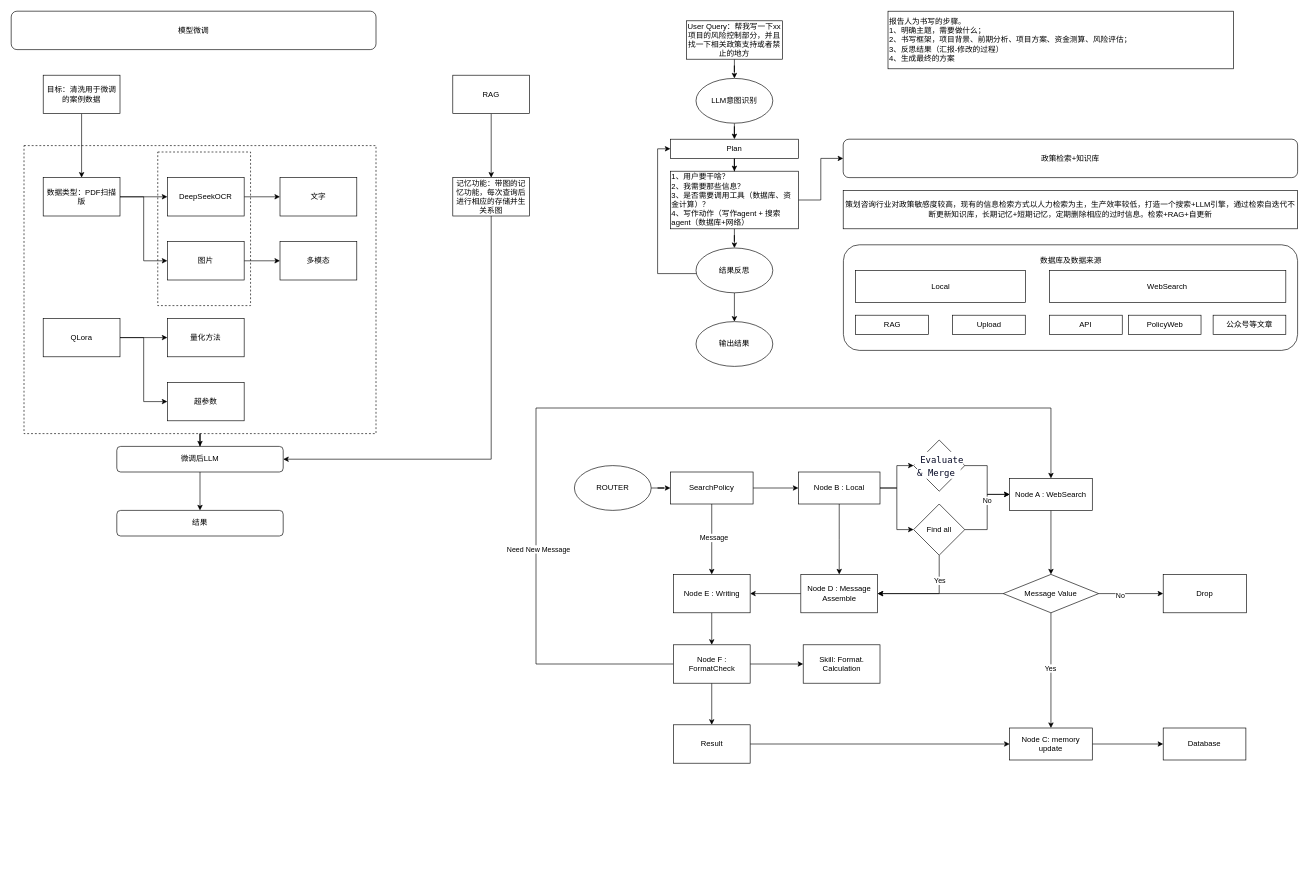
Before: Project/QloraDataHandle.drawio in CarmeloChou/APX-LLM-Notebook, a draw.io diagram. Source tidied: cells renumbered, new cells numbered last; positions are measured from the earlier drawing's top-left corner, leaving out a move shared by most shapes. Both pictures are drawn from the tidied source at 64%, with x=0, y=0 at pixel (11, 11).
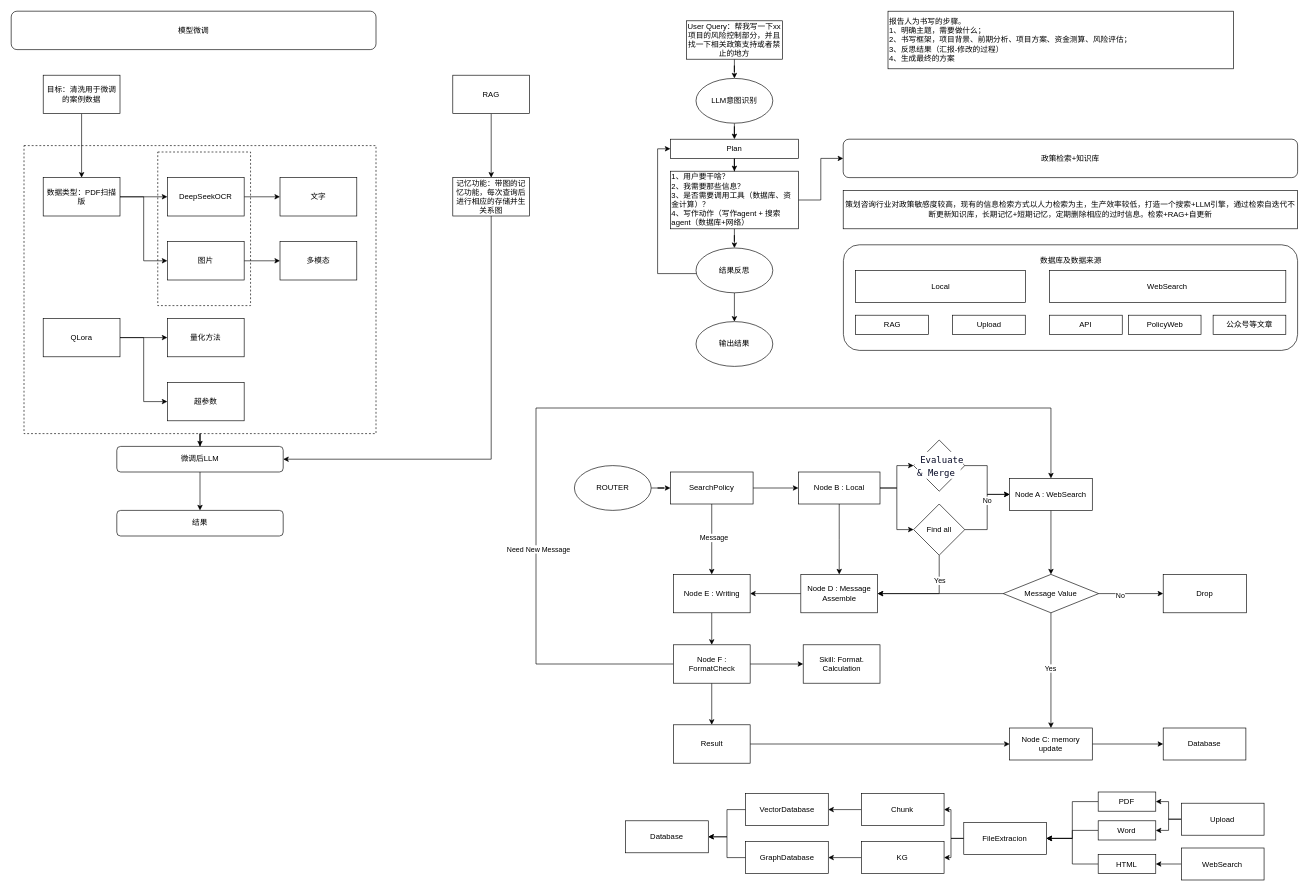
After the change.

Commit message:
完善项目框架

The edit, as a diff of the source:
```diff
@@
+    <mxCell id="97" value="Database" style="rounded=0;whiteSpace=wrap;html=1;labelBackgroundColor=none;" parent="1" vertex="1">
+      <mxGeometry x="960" y="1265" width="129.2" height="50" as="geometry" />
+    </mxCell>
+    <mxCell id="98" style="edgeStyle=orthogonalEdgeStyle;rounded=0;jettySize=auto;html=1;entryX=1;entryY=0.5;entryDx=0;entryDy=0;" parent="1" edge="1" source="99" target="97">
+      <mxGeometry relative="1" as="geometry" />
+    </mxCell>
+    <mxCell id="99" value="VectorDatabase" style="rounded=0;whiteSpace=wrap;html=1;labelBackgroundColor=none;" parent="1" vertex="1">
+      <mxGeometry x="1147.5" y="1222.5" width="129.2" height="50" as="geometry" />
+    </mxCell>
+    <mxCell id="100" style="edgeStyle=orthogonalEdgeStyle;rounded=0;jettySize=auto;html=1;" parent="1" edge="1" source="101" target="97">
+      <mxGeometry relative="1" as="geometry" />
+    </mxCell>
+    <mxCell id="101" value="GraphDatabase" style="rounded=0;whiteSpace=wrap;html=1;labelBackgroundColor=none;" parent="1" vertex="1">
+      <mxGeometry x="1147.5" y="1297.5" width="129.2" height="50" as="geometry" />
+    </mxCell>
+    <mxCell id="102" style="edgeStyle=orthogonalEdgeStyle;rounded=0;jettySize=auto;html=1;" parent="1" edge="1" source="104" target="117">
+      <mxGeometry relative="1" as="geometry" />
+    </mxCell>
+    <mxCell id="103" style="edgeStyle=orthogonalEdgeStyle;rounded=0;jettySize=auto;html=1;entryX=1;entryY=0.5;entryDx=0;entryDy=0;" parent="1" edge="1" source="104" target="119">
+      <mxGeometry relative="1" as="geometry" />
+    </mxCell>
+    <mxCell id="104" value="FileExtracion" style="rounded=0;whiteSpace=wrap;html=1;labelBackgroundColor=none;" parent="1" vertex="1">
+      <mxGeometry x="1488.4" y="1267.5" width="129.2" height="50" as="geometry" />
+    </mxCell>
+    <mxCell id="105" style="edgeStyle=orthogonalEdgeStyle;rounded=0;jettySize=auto;html=1;entryX=1;entryY=0.5;entryDx=0;entryDy=0;" parent="1" edge="1" source="106" target="104">
+      <mxGeometry relative="1" as="geometry" />
+    </mxCell>
+    <mxCell id="106" value="PDF" style="rounded=0;whiteSpace=wrap;html=1;labelBackgroundColor=none;" parent="1" vertex="1">
+      <mxGeometry x="1698.4" y="1220" width="90" height="30" as="geometry" />
+    </mxCell>
+    <mxCell id="107" style="edgeStyle=orthogonalEdgeStyle;rounded=0;jettySize=auto;html=1;" parent="1" edge="1" source="108" target="104">
+      <mxGeometry relative="1" as="geometry" />
+    </mxCell>
+    <mxCell id="108" value="HTML" style="rounded=0;whiteSpace=wrap;html=1;labelBackgroundColor=none;" parent="1" vertex="1">
+      <mxGeometry x="1698.4" y="1317.5" width="90" height="30" as="geometry" />
+    </mxCell>
+    <mxCell id="109" style="edgeStyle=orthogonalEdgeStyle;rounded=0;jettySize=auto;html=1;" parent="1" edge="1" source="110" target="104">
+      <mxGeometry relative="1" as="geometry" />
+    </mxCell>
+    <mxCell id="110" value="Word" style="rounded=0;whiteSpace=wrap;html=1;labelBackgroundColor=none;" parent="1" vertex="1">
+      <mxGeometry x="1698.4" y="1265" width="90" height="30" as="geometry" />
+    </mxCell>
+    <mxCell id="111" style="edgeStyle=orthogonalEdgeStyle;rounded=0;jettySize=auto;html=1;" parent="1" edge="1" source="113" target="106">
+      <mxGeometry relative="1" as="geometry" />
+    </mxCell>
+    <mxCell id="112" style="edgeStyle=orthogonalEdgeStyle;rounded=0;jettySize=auto;html=1;entryX=1;entryY=0.5;entryDx=0;entryDy=0;" parent="1" edge="1" source="113" target="110">
+      <mxGeometry relative="1" as="geometry" />
+    </mxCell>
+    <mxCell id="113" value="Upload" style="rounded=0;whiteSpace=wrap;html=1;labelBackgroundColor=none;" parent="1" vertex="1">
+      <mxGeometry x="1828.4" y="1237.5" width="129.2" height="50" as="geometry" />
+    </mxCell>
+    <mxCell id="114" style="edgeStyle=orthogonalEdgeStyle;rounded=0;jettySize=auto;html=1;entryX=1;entryY=0.5;entryDx=0;entryDy=0;" parent="1" edge="1" source="115" target="108">
+      <mxGeometry relative="1" as="geometry" />
+    </mxCell>
+    <mxCell id="115" value="WebSearch" style="rounded=0;whiteSpace=wrap;html=1;labelBackgroundColor=none;" parent="1" vertex="1">
+      <mxGeometry x="1828.4" y="1307.5" width="129.2" height="50" as="geometry" />
+    </mxCell>
+    <mxCell id="116" style="edgeStyle=orthogonalEdgeStyle;rounded=0;jettySize=auto;html=1;" parent="1" edge="1" source="117" target="99">
+      <mxGeometry relative="1" as="geometry" />
+    </mxCell>
+    <mxCell id="117" value="Chunk" style="rounded=0;whiteSpace=wrap;html=1;labelBackgroundColor=none;" parent="1" vertex="1">
+      <mxGeometry x="1328.4" y="1222.5" width="129.2" height="50" as="geometry" />
+    </mxCell>
+    <mxCell id="118" style="edgeStyle=orthogonalEdgeStyle;rounded=0;jettySize=auto;html=1;" parent="1" edge="1" source="119" target="101">
+      <mxGeometry relative="1" as="geometry" />
+    </mxCell>
+    <mxCell id="119" value="KG" style="rounded=0;whiteSpace=wrap;html=1;labelBackgroundColor=none;" parent="1" vertex="1">
+      <mxGeometry x="1328.4" y="1297.5" width="129.2" height="50" as="geometry" />
+    </mxCell>
```
